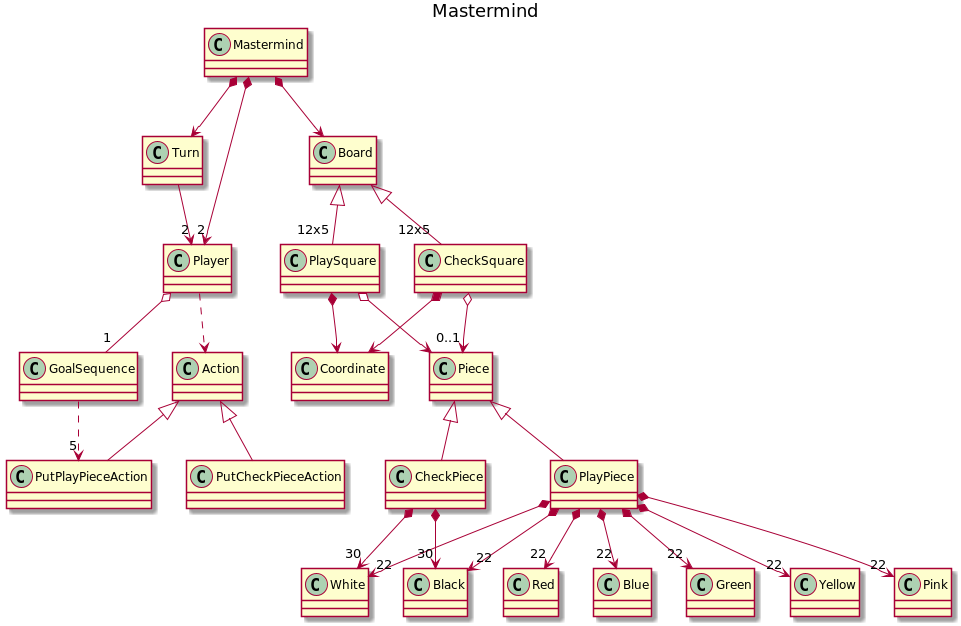
Earlier version of the PlantUML export MastermindClassDiagram.png (zuldare/masterCloudURJC-1-calidad-softwar).
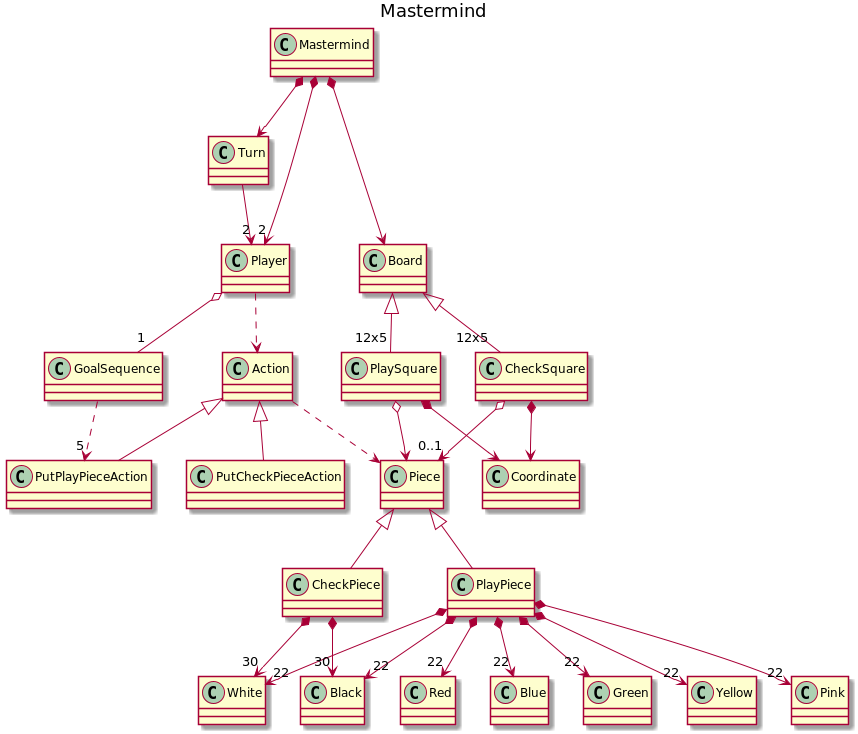
The same diagram one commit later.

Change to the diagram source:
```diff
@@ -59,4 +59,6 @@
 PlaySquare o--> Piece
 CheckSquare o--> "0..1" Piece
 
+Action ..> Piece
+
 @enduml
```
